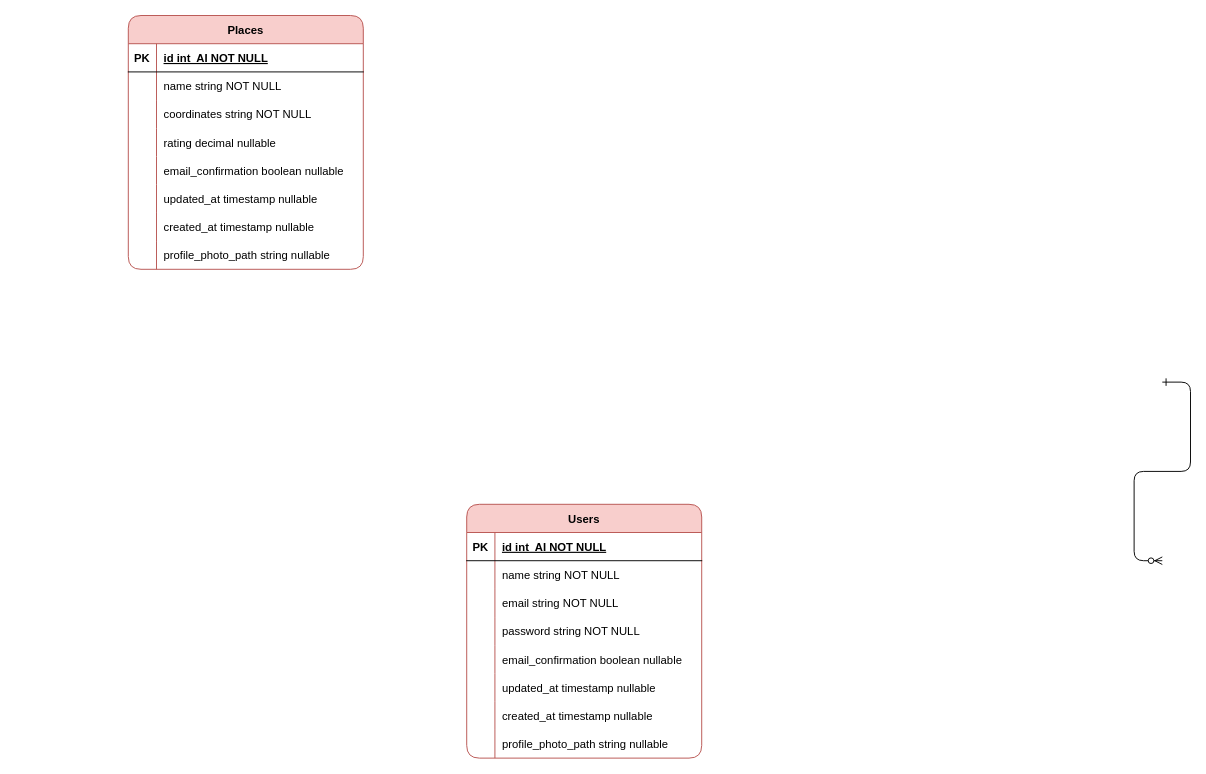
Before: DatabaseModel.drawio in AndrewVozniak/WorldPath, a draw.io diagram. Source tidied: cells renumbered, new cells numbered last; positions are measured from the earlier drawing's top-left corner, leaving out a move shared by most shapes. Both pictures are drawn from the tidied source at 94%, with x=0, y=0 at pixel (128, 15).
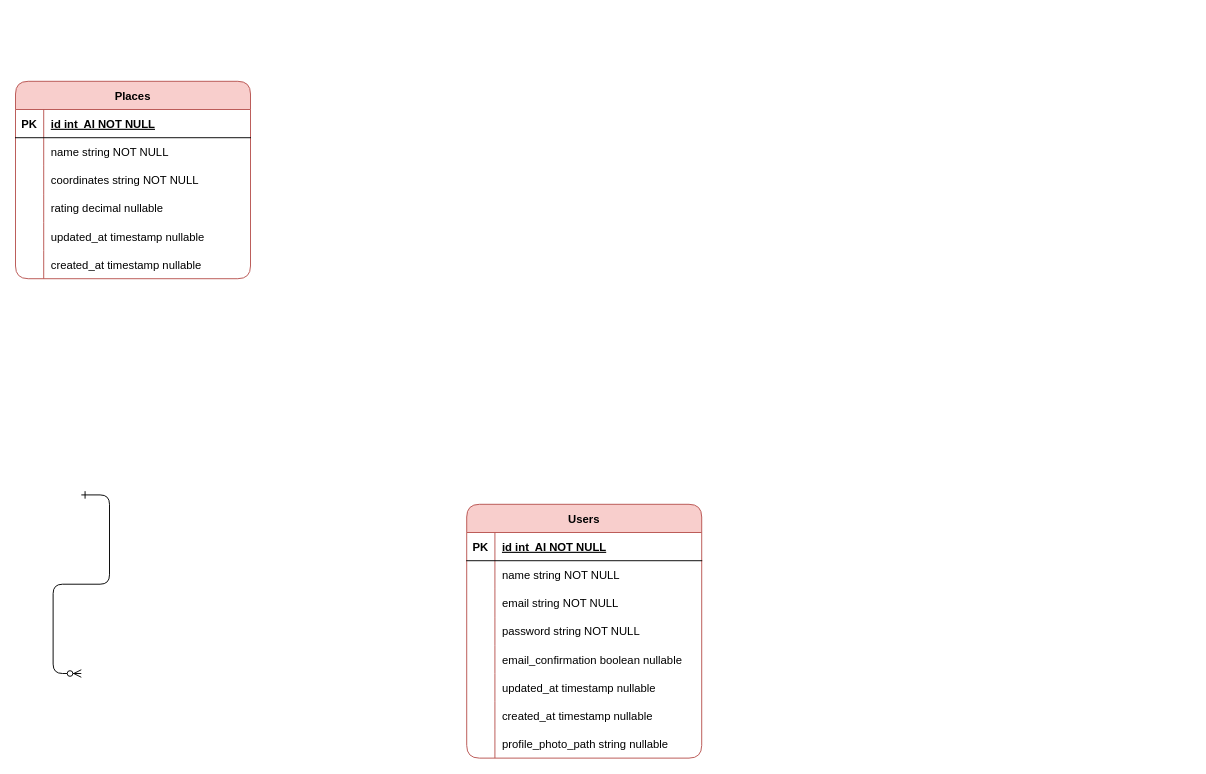
After the change.

What changed in the source:
```diff
@@
     <mxCell id="2" style="edgeStyle=entityRelationEdgeStyle;endArrow=ERzeroToMany;startArrow=ERone;endFill=1;startFill=0;" parent="1" edge="1">
       <mxGeometry relative="1" as="geometry">
-        <mxPoint x="1100" y="390" as="sourcePoint" />
-        <mxPoint x="1100" y="580" as="targetPoint" />
+        <mxPoint x="-50" y="510" as="sourcePoint" />
+        <mxPoint x="-50" y="700" as="targetPoint" />
+        <Array as="points">
+          <mxPoint x="-430" y="940" />
+        </Array>
       </mxGeometry>
     </mxCell>
@@
     <mxCell id="28" value="Places" style="shape=table;startSize=30;childLayout=tableLayout;rowLines=0;fontStyle=1;align=center;fillColor=#f8cecc;strokeColor=#b85450;rounded=1;" parent="1" vertex="1">
-      <mxGeometry width="250" height="270" as="geometry" />
+      <mxGeometry x="-120" y="70" width="250" height="210" as="geometry" />
     </mxCell>
@@
-    <mxCell id="41" style="shape=partialRectangle;fillColor=none;top=0;left=0;right=0;bottom=0;" parent="28" vertex="1">
-      <mxGeometry y="150" width="250" height="30" as="geometry" />
-    </mxCell>
-    <mxCell id="42" style="shape=partialRectangle;overflow=hidden;fillColor=none;top=0;left=0;bottom=0;right=0;" parent="41" vertex="1">
-      <mxGeometry width="30" height="30" as="geometry" />
-    </mxCell>
-    <mxCell id="43" value="email_confirmation boolean nullable" style="shape=partialRectangle;overflow=hidden;fillColor=none;top=0;left=0;bottom=0;right=0;align=left;spacingLeft=6;" parent="41" vertex="1">
-      <mxGeometry x="30" width="220" height="30" as="geometry" />
-    </mxCell>
     <mxCell id="44" style="shape=partialRectangle;fillColor=none;top=0;left=0;right=0;bottom=0;" parent="28" vertex="1">
-      <mxGeometry y="180" width="250" height="30" as="geometry" />
+      <mxGeometry y="150" width="250" height="30" as="geometry" />
     </mxCell>
@@
     <mxCell id="47" style="shape=partialRectangle;fillColor=none;top=0;left=0;right=0;bottom=0;" parent="28" vertex="1">
-      <mxGeometry y="210" width="250" height="30" as="geometry" />
+      <mxGeometry y="180" width="250" height="30" as="geometry" />
     </mxCell>
@@
-    <mxCell id="50" style="shape=partialRectangle;fillColor=none;top=0;left=0;right=0;bottom=0;" parent="28" vertex="1">
-      <mxGeometry y="240" width="250" height="30" as="geometry" />
-    </mxCell>
-    <mxCell id="51" style="shape=partialRectangle;overflow=hidden;fillColor=none;top=0;left=0;bottom=0;right=0;" parent="50" vertex="1">
-      <mxGeometry width="30" height="30" as="geometry" />
-    </mxCell>
-    <mxCell id="52" value="profile_photo_path string nullable" style="shape=partialRectangle;overflow=hidden;fillColor=none;top=0;left=0;bottom=0;right=0;align=left;spacingLeft=6;" parent="50" vertex="1">
-      <mxGeometry x="30" width="220" height="30" as="geometry" />
-    </mxCell>
```
